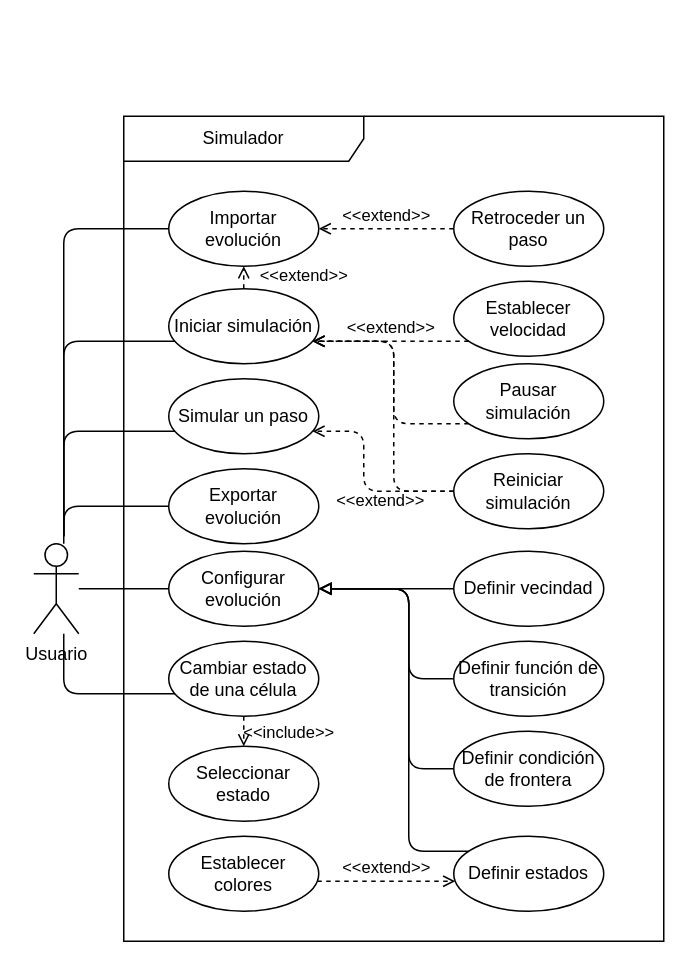
Before: Codigo/UML_UCD.drawio in JesseAngeles/Automatas-Celulares-Neuronales, a draw.io diagram. Source tidied: cells renumbered, new cells numbered last; positions are measured from the earlier drawing's top-left corner, leaving out a move shared by most shapes. Both pictures are drawn from the tidied source at 150%, with x=0, y=0 at pixel (33, 116).
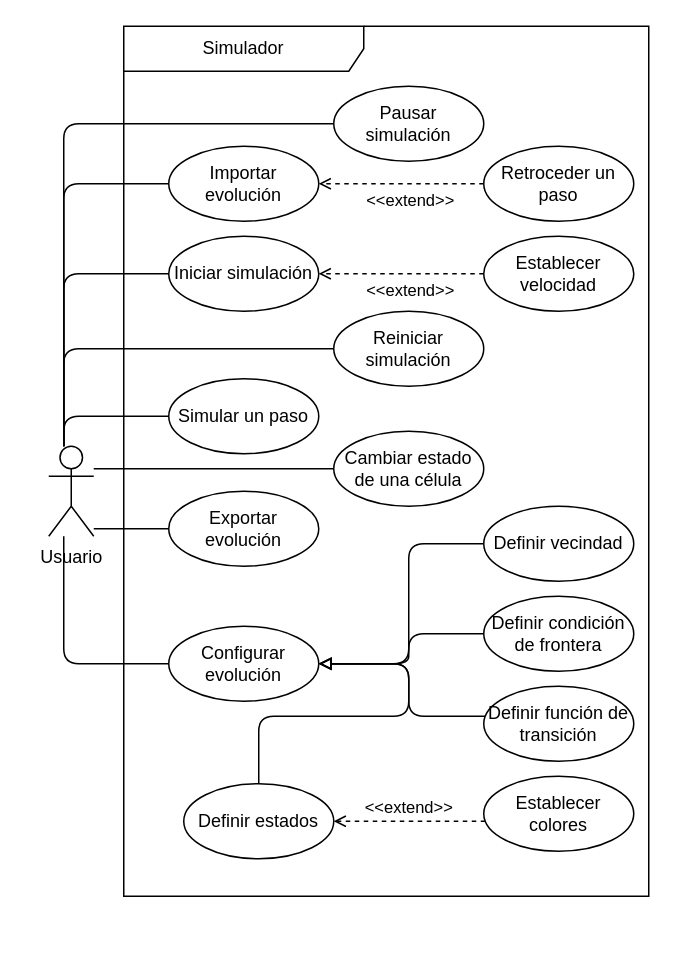
The same page after the edit.

Unchanged cells that the change refers to:
```xml
<mxCell id="18" value="Simular un paso" style="ellipse;whiteSpace=wrap;html=1;" parent="1" vertex="1">
  <mxGeometry x="90" y="175" width="100" height="50" as="geometry" />
</mxCell>
```

The edit, as a diff of the source:
```diff
@@
     <mxCell id="2" value="Iniciar simulación" style="ellipse;whiteSpace=wrap;html=1;" parent="1" vertex="1">
-      <mxGeometry x="90" y="115" width="100" height="50" as="geometry" />
+      <mxGeometry x="90" y="80" width="100" height="50" as="geometry" />
     </mxCell>
-    <mxCell id="3" value="Usuario" style="shape=umlActor;verticalLabelPosition=bottom;verticalAlign=top;html=1;outlineConnect=0;" parent="1" vertex="1">
-      <mxGeometry y="285" width="30" height="60" as="geometry" />
-    </mxCell>
     <mxCell id="4" value="Definir vecindad" style="ellipse;whiteSpace=wrap;html=1;" parent="1" vertex="1">
-      <mxGeometry x="280" y="290" width="100" height="50" as="geometry" />
+      <mxGeometry x="300" y="260" width="100" height="50" as="geometry" />
     </mxCell>
     <mxCell id="5" value="Definir condición de frontera" style="ellipse;whiteSpace=wrap;html=1;" parent="1" vertex="1">
-      <mxGeometry x="280" y="410" width="100" height="50" as="geometry" />
+      <mxGeometry x="300" y="320" width="100" height="50" as="geometry" />
     </mxCell>
     <mxCell id="6" value="Definir función de transición" style="ellipse;whiteSpace=wrap;html=1;" parent="1" vertex="1">
-      <mxGeometry x="280" y="350" width="100" height="50" as="geometry" />
+      <mxGeometry x="300" y="380" width="100" height="50" as="geometry" />
     </mxCell>
     <mxCell id="7" value="Importar evolución" style="ellipse;whiteSpace=wrap;html=1;" parent="1" vertex="1">
-      <mxGeometry x="90" y="50" width="100" height="50" as="geometry" />
+      <mxGeometry x="90" y="20" width="100" height="50" as="geometry" />
     </mxCell>
     <mxCell id="8" value="Exportar evolución" style="ellipse;whiteSpace=wrap;html=1;" parent="1" vertex="1">
-      <mxGeometry x="90" y="235" width="100" height="50" as="geometry" />
+      <mxGeometry x="90" y="250" width="100" height="50" as="geometry" />
     </mxCell>
     <mxCell id="9" value="Pausar simulación" style="ellipse;whiteSpace=wrap;html=1;" parent="1" vertex="1">
-      <mxGeometry x="280" y="165" width="100" height="50" as="geometry" />
+      <mxGeometry x="200" y="-20" width="100" height="50" as="geometry" />
     </mxCell>
     <mxCell id="10" value="Reiniciar simulación" style="ellipse;whiteSpace=wrap;html=1;" parent="1" vertex="1">
-      <mxGeometry x="280" y="225" width="100" height="50" as="geometry" />
+      <mxGeometry x="200" y="130" width="100" height="50" as="geometry" />
     </mxCell>
     <mxCell id="11" value="Establecer velocidad" style="ellipse;whiteSpace=wrap;html=1;" parent="1" vertex="1">
-      <mxGeometry x="280" y="110" width="100" height="50" as="geometry" />
+      <mxGeometry x="300" y="80" width="100" height="50" as="geometry" />
     </mxCell>
     <mxCell id="12" value="Cambiar estado de una célula" style="ellipse;whiteSpace=wrap;html=1;" parent="1" vertex="1">
-      <mxGeometry x="90" y="350" width="100" height="50" as="geometry" />
+      <mxGeometry x="200" y="210" width="100" height="50" as="geometry" />
     </mxCell>
-    <mxCell id="13" style="endArrow=none;html=1;edgeStyle=orthogonalEdgeStyle;" parent="1" edge="1" target="2">
+    <mxCell id="13" style="endArrow=none;html=1;edgeStyle=orthogonalEdgeStyle;" parent="1" edge="1" source="3" target="2">
       <mxGeometry relative="1" as="geometry">
-        <mxPoint x="20" y="280" as="sourcePoint" />
         <Array as="points">
-          <mxPoint x="20" y="150" />
+          <mxPoint x="20" y="105" />
         </Array>
       </mxGeometry>
     </mxCell>
-    <mxCell id="14" value="&amp;lt;&amp;lt;extend&amp;gt;&amp;gt;" style="html=1;verticalAlign=bottom;labelBackgroundColor=none;endArrow=open;endFill=0;dashed=1;edgeStyle=orthogonalEdgeStyle;" parent="1" edge="1" source="11" target="2">
-      <mxGeometry relative="1" as="geometry">
-        <Array as="points">
-          <mxPoint x="240" y="150" />
-          <mxPoint x="240" y="150" />
-        </Array>
-      </mxGeometry>
-    </mxCell>
-    <mxCell id="15" style="html=1;verticalAlign=bottom;labelBackgroundColor=none;endArrow=open;endFill=0;dashed=1;edgeStyle=orthogonalEdgeStyle;" parent="1" edge="1" source="9" target="2">
-      <mxGeometry x="0.03" y="-30" relative="1" as="geometry">
-        <Array as="points">
-          <mxPoint x="240" y="205" />
-          <mxPoint x="240" y="150" />
-        </Array>
-      </mxGeometry>
-    </mxCell>
-    <mxCell id="16" style="endArrow=none;html=1;edgeStyle=orthogonalEdgeStyle;" parent="1" edge="1" target="7">
+    <mxCell id="16" style="endArrow=none;html=1;edgeStyle=orthogonalEdgeStyle;" parent="1" edge="1" source="3" target="7">
       <mxGeometry relative="1" as="geometry">
-        <mxPoint x="20" y="280" as="sourcePoint" />
         <Array as="points">
-          <mxPoint x="20" y="75" />
+          <mxPoint x="20" y="45" />
         </Array>
       </mxGeometry>
     </mxCell>
     <mxCell id="17" style="endArrow=none;html=1;edgeStyle=orthogonalEdgeStyle;" parent="1" edge="1" source="3" target="8">
       <mxGeometry relative="1" as="geometry">
         <Array as="points">
-          <mxPoint x="20" y="260" />
+          <mxPoint x="80" y="275" />
+          <mxPoint x="80" y="275" />
         </Array>
       </mxGeometry>
     </mxCell>
@@
-    <mxCell id="19" style="html=1;verticalAlign=bottom;labelBackgroundColor=none;endArrow=open;endFill=0;dashed=1;edgeStyle=orthogonalEdgeStyle;" parent="1" edge="1" source="10" target="2">
-      <mxGeometry x="-0.02" y="-30" relative="1" as="geometry">
-        <Array as="points">
-          <mxPoint x="240" y="250" />
-          <mxPoint x="240" y="150" />
-        </Array>
-      </mxGeometry>
-    </mxCell>
-    <mxCell id="20" value="&amp;lt;&amp;lt;extend&amp;gt;&amp;gt;" style="html=1;verticalAlign=bottom;labelBackgroundColor=none;endArrow=open;endFill=0;dashed=1;edgeStyle=orthogonalEdgeStyle;" parent="1" edge="1" source="10" target="18">
-      <mxGeometry x="-0.27" y="15" relative="1" as="geometry">
-        <Array as="points">
-          <mxPoint x="220" y="250" />
-          <mxPoint x="220" y="210" />
-        </Array>
-      </mxGeometry>
-    </mxCell>
-    <mxCell id="21" style="endArrow=none;html=1;edgeStyle=orthogonalEdgeStyle;" parent="1" edge="1" target="18">
+    <mxCell id="21" style="endArrow=none;html=1;edgeStyle=orthogonalEdgeStyle;" parent="1" edge="1" source="3" target="18">
       <mxGeometry relative="1" as="geometry">
-        <mxPoint x="20" y="280" as="sourcePoint" />
         <Array as="points">
-          <mxPoint x="20" y="210" />
+          <mxPoint x="20" y="200" />
         </Array>
       </mxGeometry>
     </mxCell>
     <mxCell id="22" style="endArrow=block;endFill=0;html=1;strokeWidth=1;edgeStyle=orthogonalEdgeStyle;" parent="1" edge="1" source="4" target="33">
-      <mxGeometry relative="1" as="geometry" />
+      <mxGeometry relative="1" as="geometry">
+        <Array as="points">
+          <mxPoint x="250" y="285" />
+          <mxPoint x="250" y="365" />
+        </Array>
+      </mxGeometry>
     </mxCell>
     <mxCell id="23" style="endArrow=block;endFill=0;html=1;strokeWidth=1;edgeStyle=orthogonalEdgeStyle;" parent="1" edge="1" source="5" target="33">
       <mxGeometry relative="1" as="geometry">
         <Array as="points">
-          <mxPoint x="250" y="435" />
-          <mxPoint x="250" y="315" />
+          <mxPoint x="250" y="345" />
+          <mxPoint x="250" y="365" />
         </Array>
       </mxGeometry>
     </mxCell>
     <mxCell id="24" style="endArrow=none;html=1;edgeStyle=orthogonalEdgeStyle;" parent="1" edge="1" source="3" target="12">
       <mxGeometry relative="1" as="geometry">
         <Array as="points">
-          <mxPoint x="20" y="385" />
+          <mxPoint x="130" y="235" />
+          <mxPoint x="130" y="235" />
         </Array>
       </mxGeometry>
     </mxCell>
     <mxCell id="25" value="Establecer colores" style="ellipse;whiteSpace=wrap;html=1;" parent="1" vertex="1">
-      <mxGeometry x="90" y="480" width="100" height="50" as="geometry" />
+      <mxGeometry x="300" y="440" width="100" height="50" as="geometry" />
     </mxCell>
     <mxCell id="26" value="&amp;lt;&amp;lt;extend&amp;gt;&amp;gt;" style="html=1;verticalAlign=bottom;labelBackgroundColor=none;endArrow=open;endFill=0;dashed=1;edgeStyle=orthogonalEdgeStyle;" parent="1" edge="1" source="25" target="34">
       <mxGeometry relative="1" as="geometry">
         <Array as="points">
-          <mxPoint x="230" y="510" />
-          <mxPoint x="230" y="510" />
+          <mxPoint x="250" y="470" />
+          <mxPoint x="250" y="470" />
         </Array>
       </mxGeometry>
     </mxCell>
-    <mxCell id="27" value="Seleccionar estado" style="ellipse;whiteSpace=wrap;html=1;" parent="1" vertex="1">
-      <mxGeometry x="90" y="420" width="100" height="50" as="geometry" />
-    </mxCell>
-    <mxCell id="28" value="&amp;lt;&amp;lt;include&amp;gt;&amp;gt;" style="html=1;verticalAlign=bottom;labelBackgroundColor=none;endArrow=open;endFill=0;dashed=1;edgeStyle=orthogonalEdgeStyle;" parent="1" edge="1" source="12" target="27">
-      <mxGeometry x="1" y="30" relative="1" as="geometry" />
-    </mxCell>
-    <mxCell id="29" value="&amp;lt;&amp;lt;extend&amp;gt;&amp;gt;" style="html=1;verticalAlign=bottom;labelBackgroundColor=none;endArrow=open;endFill=0;dashed=1;edgeStyle=orthogonalEdgeStyle;" parent="1" edge="1" source="2" target="7">
-      <mxGeometry x="-1" y="-40" relative="1" as="geometry">
+    <mxCell id="29" value="&amp;lt;&amp;lt;extend&amp;gt;&amp;gt;" style="html=1;verticalAlign=bottom;labelBackgroundColor=none;endArrow=open;endFill=0;dashed=1;edgeStyle=orthogonalEdgeStyle;" parent="1" edge="1" source="30" target="7">
+      <mxGeometry x="-0.11" y="20" relative="1" as="geometry">
         <Array as="points">
-          <mxPoint x="140" y="115" />
-          <mxPoint x="140" y="115" />
+          <mxPoint x="250" y="45" />
+          <mxPoint x="250" y="45" />
         </Array>
       </mxGeometry>
     </mxCell>
     <mxCell id="30" value="Retroceder un paso" style="ellipse;whiteSpace=wrap;html=1;" parent="1" vertex="1">
-      <mxGeometry x="280" y="50" width="100" height="50" as="geometry" />
+      <mxGeometry x="300" y="20" width="100" height="50" as="geometry" />
     </mxCell>
-    <mxCell id="31" value="&amp;lt;&amp;lt;extend&amp;gt;&amp;gt;" style="html=1;verticalAlign=bottom;labelBackgroundColor=none;endArrow=open;endFill=0;dashed=1;edgeStyle=orthogonalEdgeStyle;" parent="1" edge="1" source="30" target="7">
-      <mxGeometry relative="1" as="geometry" />
-    </mxCell>
     <mxCell id="32" style="endArrow=none;html=1;edgeStyle=orthogonalEdgeStyle;" parent="1" edge="1" source="3" target="33">
-      <mxGeometry relative="1" as="geometry" />
+      <mxGeometry relative="1" as="geometry">
+        <Array as="points">
+          <mxPoint x="20" y="365" />
+        </Array>
+      </mxGeometry>
     </mxCell>
     <mxCell id="33" value="Configurar evolución" style="ellipse;whiteSpace=wrap;html=1;" parent="1" vertex="1">
-      <mxGeometry x="90" y="290" width="100" height="50" as="geometry" />
+      <mxGeometry x="90" y="340" width="100" height="50" as="geometry" />
     </mxCell>
     <mxCell id="34" value="Definir estados" style="ellipse;whiteSpace=wrap;html=1;" parent="1" vertex="1">
-      <mxGeometry x="280" y="480" width="100" height="50" as="geometry" />
+      <mxGeometry x="100" y="445" width="100" height="50" as="geometry" />
     </mxCell>
     <mxCell id="35" style="endArrow=block;endFill=0;html=1;strokeWidth=1;edgeStyle=orthogonalEdgeStyle;" parent="1" edge="1" source="34" target="33">
       <mxGeometry relative="1" as="geometry">
         <Array as="points">
-          <mxPoint x="250" y="490" />
-          <mxPoint x="250" y="315" />
+          <mxPoint x="150" y="400" />
+          <mxPoint x="250" y="400" />
+          <mxPoint x="250" y="365" />
         </Array>
       </mxGeometry>
     </mxCell>
     <mxCell id="36" style="endArrow=block;endFill=0;html=1;strokeWidth=1;edgeStyle=orthogonalEdgeStyle;" parent="1" edge="1" source="6" target="33">
       <mxGeometry relative="1" as="geometry">
         <Array as="points">
-          <mxPoint x="250" y="375" />
-          <mxPoint x="250" y="315" />
+          <mxPoint x="250" y="400" />
+          <mxPoint x="250" y="365" />
         </Array>
       </mxGeometry>
     </mxCell>
     <mxCell id="37" value="Simulador" style="shape=umlFrame;whiteSpace=wrap;html=1;width=160;" parent="1" vertex="1">
-      <mxGeometry x="60" width="360" height="550" as="geometry" />
+      <mxGeometry x="60" y="-60" width="350" height="580" as="geometry" />
     </mxCell>
+    <mxCell id="38" style="endArrow=none;html=1;edgeStyle=orthogonalEdgeStyle;" parent="1" edge="1" source="3" target="9">
+      <mxGeometry relative="1" as="geometry">
+        <Array as="points">
+          <mxPoint x="20" y="5" />
+        </Array>
+      </mxGeometry>
+    </mxCell>
+    <mxCell id="39" style="endArrow=none;html=1;edgeStyle=orthogonalEdgeStyle;" parent="1" edge="1" source="3" target="10">
+      <mxGeometry relative="1" as="geometry">
+        <Array as="points">
+          <mxPoint x="20" y="155" />
+        </Array>
+      </mxGeometry>
+    </mxCell>
+    <mxCell id="14" value="&amp;lt;&amp;lt;extend&amp;gt;&amp;gt;" style="html=1;verticalAlign=bottom;labelBackgroundColor=none;endArrow=open;endFill=0;dashed=1;edgeStyle=orthogonalEdgeStyle;" parent="1" edge="1" source="11" target="2">
+      <mxGeometry x="-0.11" y="20" relative="1" as="geometry">
+        <Array as="points">
+          <mxPoint x="240" y="105" />
+          <mxPoint x="240" y="105" />
+        </Array>
+      </mxGeometry>
+    </mxCell>
+    <mxCell id="3" value="Usuario" style="shape=umlActor;verticalLabelPosition=bottom;verticalAlign=top;html=1;outlineConnect=0;" parent="1" vertex="1">
+      <mxGeometry x="10" y="220" width="30" height="60" as="geometry" />
+    </mxCell>
```
